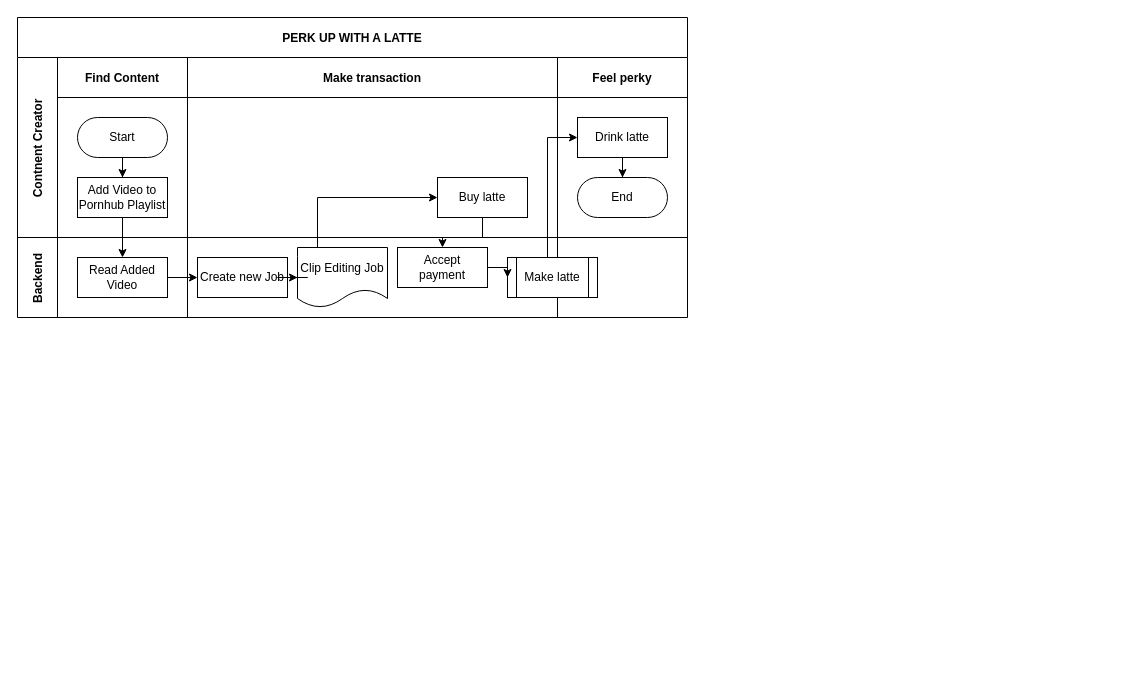
Above: Untitled Diagram.drawio in bdsmgeek/reddit-girlsfistguys-posts (draw.io), before the change. Source tidied: cells renumbered, new cells numbered last; positions are measured from the earlier drawing's top-left corner, leaving out a move shared by most shapes. Both pictures are drawn from the tidied source at 100%, with x=0, y=0 at pixel (17, 17).
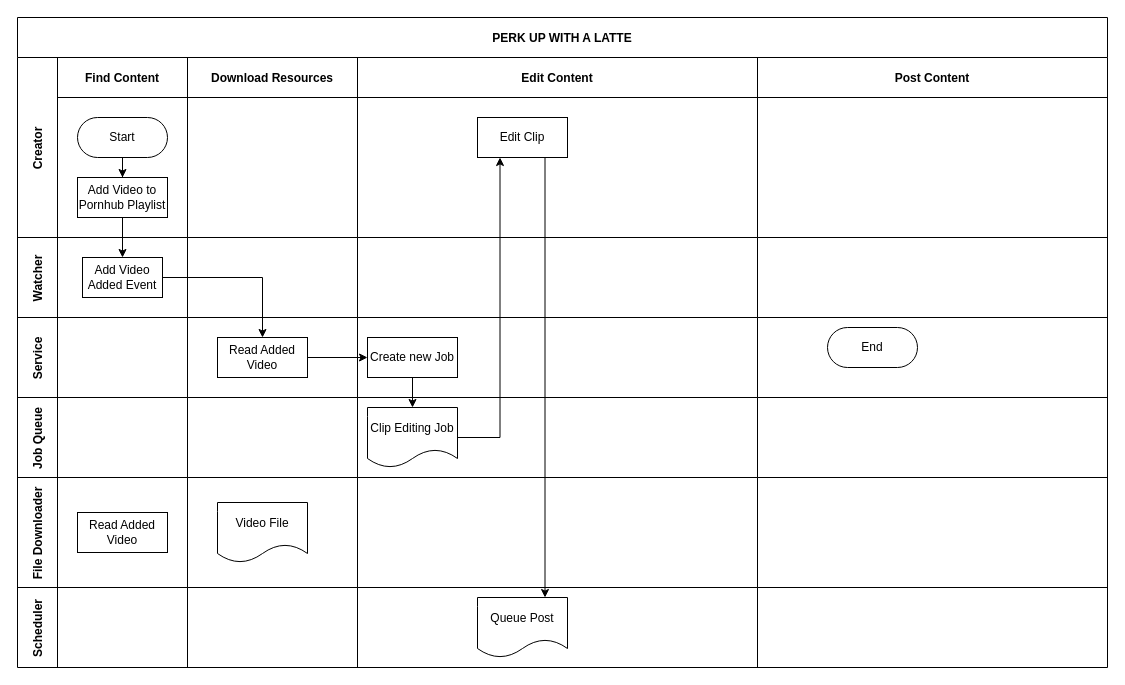
The same diagram, later.

The change refers to these unchanged cells:
```xml
<mxCell id="8" value="Add Video to Pornhub Playlist" style="rounded=0;whiteSpace=wrap;html=1;" parent="5" vertex="1">
  <mxGeometry x="20" y="120" width="90" height="40" as="geometry" />
</mxCell>
<mxCell id="16" style="swimlane;swimlaneHead=0;swimlaneBody=0;fillColor=none;startSize=0;fontStyle=1;" parent="15" vertex="1">
  <mxGeometry x="40" width="130" height="80" as="geometry" />
</mxCell>
```

What changed in the source:
```diff
@@
     <mxCell id="2" value="PERK UP WITH A LATTE" style="shape=table;childLayout=tableLayout;startSize=40;fillColor=none;fontStyle=1;" parent="1" vertex="1">
-      <mxGeometry width="670" height="300" as="geometry" />
+      <mxGeometry width="1090" height="650" as="geometry" />
     </mxCell>
-    <mxCell id="3" style="edgeStyle=orthogonalEdgeStyle;rounded=0;jettySize=auto;html=1;" parent="2" edge="1" source="8" target="17">
+    <mxCell id="3" style="edgeStyle=orthogonalEdgeStyle;rounded=0;jettySize=auto;html=1;exitX=1;exitY=0.5;exitDx=0;exitDy=0;" parent="2" edge="1" source="33" target="17">
       <mxGeometry relative="1" as="geometry" />
     </mxCell>
-    <mxCell id="4" value="Contnent Creator" style="shape=tableRow;horizontal=0;swimlaneHead=0;swimlaneBody=0;top=0;left=0;bottom=0;right=0;fillColor=none;startSize=40;fontStyle=1;" parent="2" vertex="1">
-      <mxGeometry y="40" width="670" height="180" as="geometry" />
+    <mxCell id="4" value="Creator" style="shape=tableRow;horizontal=0;swimlaneHead=0;swimlaneBody=0;top=0;left=0;bottom=0;right=0;fillColor=none;startSize=40;fontStyle=1;" parent="2" vertex="1">
+      <mxGeometry y="40" width="1090" height="180" as="geometry" />
     </mxCell>
@@
+    <mxCell id="30" value="Download Resources" style="swimlane;swimlaneHead=0;swimlaneBody=0;fillColor=none;startSize=40;fontStyle=1;" parent="4" vertex="1">
+      <mxGeometry x="170" width="170" height="180" as="geometry" />
+    </mxCell>
-    <mxCell id="9" value="Make transaction" style="swimlane;swimlaneHead=0;swimlaneBody=0;fillColor=none;startSize=40;fontStyle=1;" parent="4" vertex="1">
-      <mxGeometry x="170" width="370" height="180" as="geometry" />
+    <mxCell id="9" value="Edit Content" style="swimlane;swimlaneHead=0;swimlaneBody=0;fillColor=none;startSize=40;fontStyle=1;" parent="4" vertex="1">
+      <mxGeometry x="340" width="400" height="180" as="geometry" />
     </mxCell>
-    <mxCell id="10" value="Buy latte" style="rounded=0;whiteSpace=wrap;html=1;" parent="9" vertex="1">
-      <mxGeometry x="250" y="120" width="90" height="40" as="geometry" />
+    <mxCell id="10" value="Edit Clip" style="rounded=0;whiteSpace=wrap;html=1;" parent="9" vertex="1">
+      <mxGeometry x="120" y="60" width="90" height="40" as="geometry" />
     </mxCell>
-    <mxCell id="11" value="Feel perky" style="swimlane;swimlaneHead=0;swimlaneBody=0;fillColor=none;startSize=40;fontStyle=1;" parent="4" vertex="1">
-      <mxGeometry x="540" width="130" height="180" as="geometry" />
+    <mxCell id="11" value="Post Content" style="swimlane;swimlaneHead=0;swimlaneBody=0;fillColor=none;startSize=40;fontStyle=1;" parent="4" vertex="1">
+      <mxGeometry x="740" width="350" height="180" as="geometry" />
     </mxCell>
-    <mxCell id="12" style="edgeStyle=orthogonalEdgeStyle;rounded=0;jettySize=auto;html=1;" parent="11" edge="1" source="13" target="14">
-      <mxGeometry relative="1" as="geometry" />
-    </mxCell>
-    <mxCell id="13" value="Drink latte" style="rounded=0;whiteSpace=wrap;html=1;" parent="11" vertex="1">
-      <mxGeometry x="20" y="60" width="90" height="40" as="geometry" />
-    </mxCell>
-    <mxCell id="14" value="End" style="rounded=1;whiteSpace=wrap;html=1;arcSize=50;" parent="11" vertex="1">
-      <mxGeometry x="20" y="120" width="90" height="40" as="geometry" />
-    </mxCell>
+    <mxCell id="31" value="Watcher" style="shape=tableRow;horizontal=0;swimlaneHead=0;swimlaneBody=0;top=0;left=0;bottom=0;right=0;fillColor=none;startSize=40;fontStyle=1;" parent="2" vertex="1">
+      <mxGeometry y="220" width="1090" height="80" as="geometry" />
+    </mxCell>
+    <mxCell id="32" style="swimlane;swimlaneHead=0;swimlaneBody=0;fillColor=none;startSize=0;fontStyle=1;" parent="31" vertex="1">
+      <mxGeometry x="40" width="130" height="80" as="geometry" />
+    </mxCell>
+    <mxCell id="33" value="Add Video Added Event" style="whiteSpace=wrap;html=1;" parent="32" vertex="1">
+      <mxGeometry x="25" y="20" width="80" height="40" as="geometry" />
+    </mxCell>
+    <mxCell id="34" style="swimlane;swimlaneHead=0;swimlaneBody=0;fillColor=none;startSize=0;fontStyle=1;" parent="31" vertex="1">
+      <mxGeometry x="170" width="170" height="80" as="geometry" />
+    </mxCell>
+    <mxCell id="35" style="swimlane;swimlaneHead=0;swimlaneBody=0;fillColor=none;startSize=0;fontStyle=1;" parent="31" vertex="1">
+      <mxGeometry x="340" width="400" height="80" as="geometry" />
+    </mxCell>
+    <mxCell id="36" style="swimlane;swimlaneHead=0;swimlaneBody=0;fillColor=none;startSize=0;fontStyle=1;" parent="31" vertex="1">
+      <mxGeometry x="740" width="350" height="80" as="geometry" />
+    </mxCell>
-    <mxCell id="15" value="Backend" style="shape=tableRow;horizontal=0;swimlaneHead=0;swimlaneBody=0;top=0;left=0;bottom=0;right=0;fillColor=none;startSize=40;fontStyle=1;" parent="2" vertex="1">
-      <mxGeometry y="220" width="670" height="80" as="geometry" />
+    <mxCell id="15" value="Service" style="shape=tableRow;horizontal=0;swimlaneHead=0;swimlaneBody=0;top=0;left=0;bottom=0;right=0;fillColor=none;startSize=40;fontStyle=1;" parent="2" vertex="1">
+      <mxGeometry y="300" width="1090" height="80" as="geometry" />
     </mxCell>
@@
+    <mxCell id="37" style="swimlane;swimlaneHead=0;swimlaneBody=0;fillColor=none;startSize=0;fontStyle=1;" parent="15" vertex="1">
+      <mxGeometry x="170" width="170" height="80" as="geometry" />
+    </mxCell>
-    <mxCell id="17" value="Read Added Video" style="rounded=0;whiteSpace=wrap;html=1;" parent="16" vertex="1">
-      <mxGeometry x="20" y="20" width="90" height="40" as="geometry" />
+    <mxCell id="17" value="Read Added Video" style="rounded=0;whiteSpace=wrap;html=1;" parent="37" vertex="1">
+      <mxGeometry x="30" y="20" width="90" height="40" as="geometry" />
     </mxCell>
     <mxCell id="18" style="swimlane;swimlaneHead=0;swimlaneBody=0;fillColor=none;startSize=0;fontStyle=1;" parent="15" vertex="1">
-      <mxGeometry x="170" width="370" height="80" as="geometry" />
+      <mxGeometry x="340" width="400" height="80" as="geometry" />
     </mxCell>
-    <mxCell id="19" value="Accept&lt;br&gt;payment" style="rounded=0;whiteSpace=wrap;html=1;" parent="18" vertex="1">
-      <mxGeometry x="210" y="10" width="90" height="40" as="geometry" />
-    </mxCell>
+    <mxCell id="21" value="Create new Job" style="rounded=0;whiteSpace=wrap;html=1;" parent="18" vertex="1">
+      <mxGeometry x="10" y="20" width="90" height="40" as="geometry" />
+    </mxCell>
+    <mxCell id="23" style="swimlane;swimlaneHead=0;swimlaneBody=0;fillColor=none;startSize=0;fontStyle=1;" parent="15" vertex="1">
+      <mxGeometry x="740" width="350" height="80" as="geometry" />
+    </mxCell>
+    <mxCell id="14" value="End" style="rounded=1;whiteSpace=wrap;html=1;arcSize=50;" parent="23" vertex="1">
+      <mxGeometry x="70" y="10" width="90" height="40" as="geometry" />
+    </mxCell>
+    <mxCell id="26" style="rounded=0;jettySize=auto;html=1;entryX=0;entryY=0.5;entryDx=0;entryDy=0;" parent="15" edge="1" source="17" target="21">
+      <mxGeometry relative="1" as="geometry" />
+    </mxCell>
+    <mxCell id="38" value="Job Queue" style="shape=tableRow;horizontal=0;swimlaneHead=0;swimlaneBody=0;top=0;left=0;bottom=0;right=0;fillColor=none;startSize=40;fontStyle=1;" parent="2" vertex="1">
+      <mxGeometry y="380" width="1090" height="80" as="geometry" />
+    </mxCell>
+    <mxCell id="39" style="swimlane;swimlaneHead=0;swimlaneBody=0;fillColor=none;startSize=0;fontStyle=1;" parent="38" vertex="1">
+      <mxGeometry x="40" width="130" height="80" as="geometry" />
+    </mxCell>
+    <mxCell id="40" style="swimlane;swimlaneHead=0;swimlaneBody=0;fillColor=none;startSize=0;fontStyle=1;" parent="38" vertex="1">
+      <mxGeometry x="170" width="170" height="80" as="geometry" />
+    </mxCell>
+    <mxCell id="41" style="swimlane;swimlaneHead=0;swimlaneBody=0;fillColor=none;startSize=0;fontStyle=1;" parent="38" vertex="1">
+      <mxGeometry x="340" width="400" height="80" as="geometry" />
+    </mxCell>
-    <mxCell id="20" value="Clip Editing Job" style="shape=document;whiteSpace=wrap;html=1;boundedLbl=1;" parent="18" vertex="1">
-      <mxGeometry x="110" y="10" width="90" height="60" as="geometry" />
+    <mxCell id="20" value="Clip Editing Job" style="shape=document;whiteSpace=wrap;html=1;boundedLbl=1;" parent="41" vertex="1">
+      <mxGeometry x="10" y="10" width="90" height="60" as="geometry" />
     </mxCell>
-    <mxCell id="21" value="Create new Job" style="rounded=0;whiteSpace=wrap;html=1;" parent="18" vertex="1">
-      <mxGeometry x="10" y="20" width="90" height="40" as="geometry" />
-    </mxCell>
+    <mxCell id="42" style="swimlane;swimlaneHead=0;swimlaneBody=0;fillColor=none;startSize=0;fontStyle=1;" parent="38" vertex="1">
+      <mxGeometry x="740" width="350" height="80" as="geometry" />
+    </mxCell>
+    <mxCell id="43" value="File Downloader" style="shape=tableRow;horizontal=0;swimlaneHead=0;swimlaneBody=0;top=0;left=0;bottom=0;right=0;fillColor=none;startSize=40;fontStyle=1;" parent="2" vertex="1">
+      <mxGeometry y="460" width="1090" height="110" as="geometry" />
+    </mxCell>
+    <mxCell id="44" style="swimlane;swimlaneHead=0;swimlaneBody=0;fillColor=none;startSize=0;fontStyle=1;" parent="43" vertex="1">
+      <mxGeometry x="40" width="130" height="110" as="geometry" />
+    </mxCell>
+    <mxCell id="45" value="Read Added Video" style="rounded=0;whiteSpace=wrap;html=1;" parent="44" vertex="1">
+      <mxGeometry x="20" y="35" width="90" height="40" as="geometry" />
+    </mxCell>
+    <mxCell id="46" style="swimlane;swimlaneHead=0;swimlaneBody=0;fillColor=none;startSize=0;fontStyle=1;" parent="43" vertex="1">
+      <mxGeometry x="170" width="170" height="110" as="geometry" />
+    </mxCell>
+    <mxCell id="47" value="Video File" style="shape=document;whiteSpace=wrap;html=1;boundedLbl=1;" parent="46" vertex="1">
+      <mxGeometry x="30" y="25" width="90" height="60" as="geometry" />
+    </mxCell>
+    <mxCell id="48" style="swimlane;swimlaneHead=0;swimlaneBody=0;fillColor=none;startSize=0;fontStyle=1;" parent="43" vertex="1">
+      <mxGeometry x="340" width="400" height="110" as="geometry" />
+    </mxCell>
+    <mxCell id="49" style="swimlane;swimlaneHead=0;swimlaneBody=0;fillColor=none;startSize=0;fontStyle=1;" parent="43" vertex="1">
+      <mxGeometry x="740" width="350" height="110" as="geometry" />
+    </mxCell>
+    <mxCell id="50" value="Scheduler" style="shape=tableRow;horizontal=0;swimlaneHead=0;swimlaneBody=0;top=0;left=0;bottom=0;right=0;fillColor=none;startSize=40;fontStyle=1;" parent="2" vertex="1">
+      <mxGeometry y="570" width="1090" height="80" as="geometry" />
+    </mxCell>
+    <mxCell id="51" style="swimlane;swimlaneHead=0;swimlaneBody=0;fillColor=none;startSize=0;fontStyle=1;" parent="50" vertex="1">
+      <mxGeometry x="40" width="130" height="80" as="geometry" />
+    </mxCell>
+    <mxCell id="52" style="swimlane;swimlaneHead=0;swimlaneBody=0;fillColor=none;startSize=0;fontStyle=1;" parent="50" vertex="1">
+      <mxGeometry x="170" width="170" height="80" as="geometry" />
+    </mxCell>
+    <mxCell id="53" style="swimlane;swimlaneHead=0;swimlaneBody=0;fillColor=none;startSize=0;fontStyle=1;" parent="50" vertex="1">
+      <mxGeometry x="340" width="400" height="80" as="geometry" />
+    </mxCell>
+    <mxCell id="54" value="Queue Post" style="shape=document;whiteSpace=wrap;html=1;boundedLbl=1;" parent="53" vertex="1">
+      <mxGeometry x="120" y="10" width="90" height="60" as="geometry" />
+    </mxCell>
+    <mxCell id="55" style="swimlane;swimlaneHead=0;swimlaneBody=0;fillColor=none;startSize=0;fontStyle=1;" parent="50" vertex="1">
+      <mxGeometry x="740" width="350" height="80" as="geometry" />
+    </mxCell>
+    <mxCell id="28" style="edgeStyle=orthogonalEdgeStyle;rounded=0;jettySize=auto;html=1;exitX=1;exitY=0.5;exitDx=0;exitDy=0;entryX=0.25;entryY=1;entryDx=0;entryDy=0;" parent="2" edge="1" source="20" target="10">
+      <mxGeometry relative="1" as="geometry" />
+    </mxCell>
-    <mxCell id="22" style="edgeStyle=orthogonalEdgeStyle;rounded=0;jettySize=auto;html=1;" parent="18" edge="1" source="21" target="20">
+    <mxCell id="22" style="edgeStyle=orthogonalEdgeStyle;rounded=0;jettySize=auto;html=1;" parent="2" edge="1" source="21" target="20">
       <mxGeometry relative="1" as="geometry" />
     </mxCell>
-    <mxCell id="23" style="swimlane;swimlaneHead=0;swimlaneBody=0;fillColor=none;startSize=0;fontStyle=1;" parent="15" vertex="1">
-      <mxGeometry x="540" width="130" height="80" as="geometry" />
-    </mxCell>
-    <mxCell id="24" value="Make latte" style="shape=process;whiteSpace=wrap;html=1;backgroundOutline=1;" parent="23" vertex="1">
-      <mxGeometry x="-50" y="20" width="90" height="40" as="geometry" />
-    </mxCell>
-    <mxCell id="25" style="edgeStyle=orthogonalEdgeStyle;rounded=0;jettySize=auto;html=1;" parent="15" edge="1" source="19" target="24">
-      <mxGeometry relative="1" as="geometry" />
-    </mxCell>
-    <mxCell id="26" style="rounded=0;jettySize=auto;html=1;entryX=0;entryY=0.5;entryDx=0;entryDy=0;" parent="15" edge="1" source="17" target="21">
-      <mxGeometry relative="1" as="geometry" />
-    </mxCell>
-    <mxCell id="27" style="edgeStyle=orthogonalEdgeStyle;rounded=0;jettySize=auto;html=1;" parent="2" edge="1" source="20" target="10">
-      <mxGeometry relative="1" as="geometry">
-        <Array as="points">
-          <mxPoint x="300" y="260" />
-          <mxPoint x="300" y="180" />
-        </Array>
-      </mxGeometry>
-    </mxCell>
-    <mxCell id="28" style="edgeStyle=orthogonalEdgeStyle;rounded=0;jettySize=auto;html=1;" parent="2" edge="1" source="10" target="19">
-      <mxGeometry relative="1" as="geometry" />
-    </mxCell>
-    <mxCell id="29" style="edgeStyle=orthogonalEdgeStyle;rounded=0;jettySize=auto;html=1;" parent="2" edge="1" source="24" target="13">
-      <mxGeometry relative="1" as="geometry">
-        <Array as="points">
-          <mxPoint x="530" y="260" />
-          <mxPoint x="530" y="120" />
-        </Array>
-      </mxGeometry>
-    </mxCell>
+    <mxCell id="56" style="edgeStyle=orthogonalEdgeStyle;rounded=0;jettySize=auto;html=1;exitX=0.75;exitY=1;exitDx=0;exitDy=0;entryX=0.75;entryY=0;entryDx=0;entryDy=0;" parent="2" edge="1" source="10" target="54">
+      <mxGeometry relative="1" as="geometry" />
+    </mxCell>
+    <mxCell id="57" style="edgeStyle=orthogonalEdgeStyle;rounded=0;jettySize=auto;html=1;exitX=0.5;exitY=1;exitDx=0;exitDy=0;entryX=0.5;entryY=0;entryDx=0;entryDy=0;" parent="2" edge="1" source="8" target="33">
+      <mxGeometry relative="1" as="geometry" />
+    </mxCell>
```
